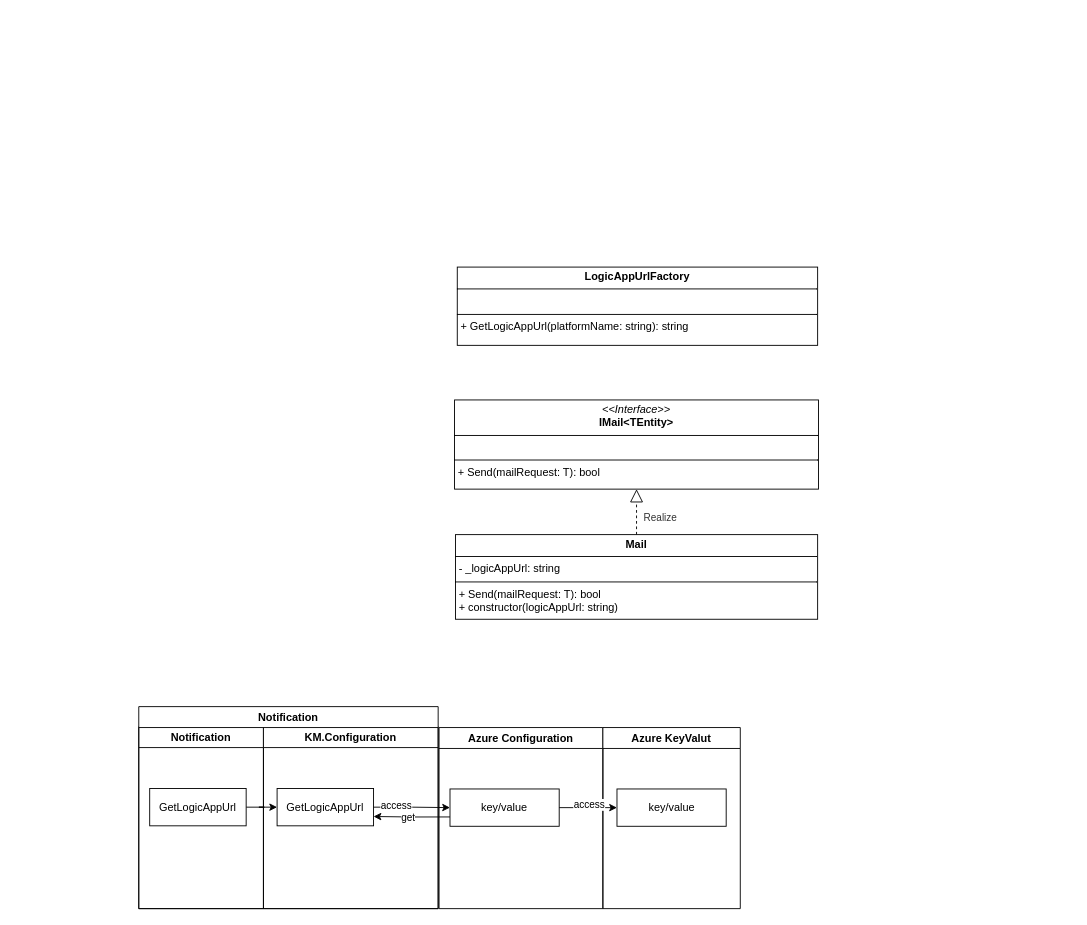
Earlier version of the draw.io diagram page "Page-13" (13 of 14) of 2.drawio (hy986/Repo_0110). Source tidied: cells renumbered, new cells numbered last; positions are measured from the earlier drawing's top-left corner, leaving out a move shared by most shapes. Both pictures are drawn from the tidied source at 91%, with x=0, y=0 at pixel (138, 267).
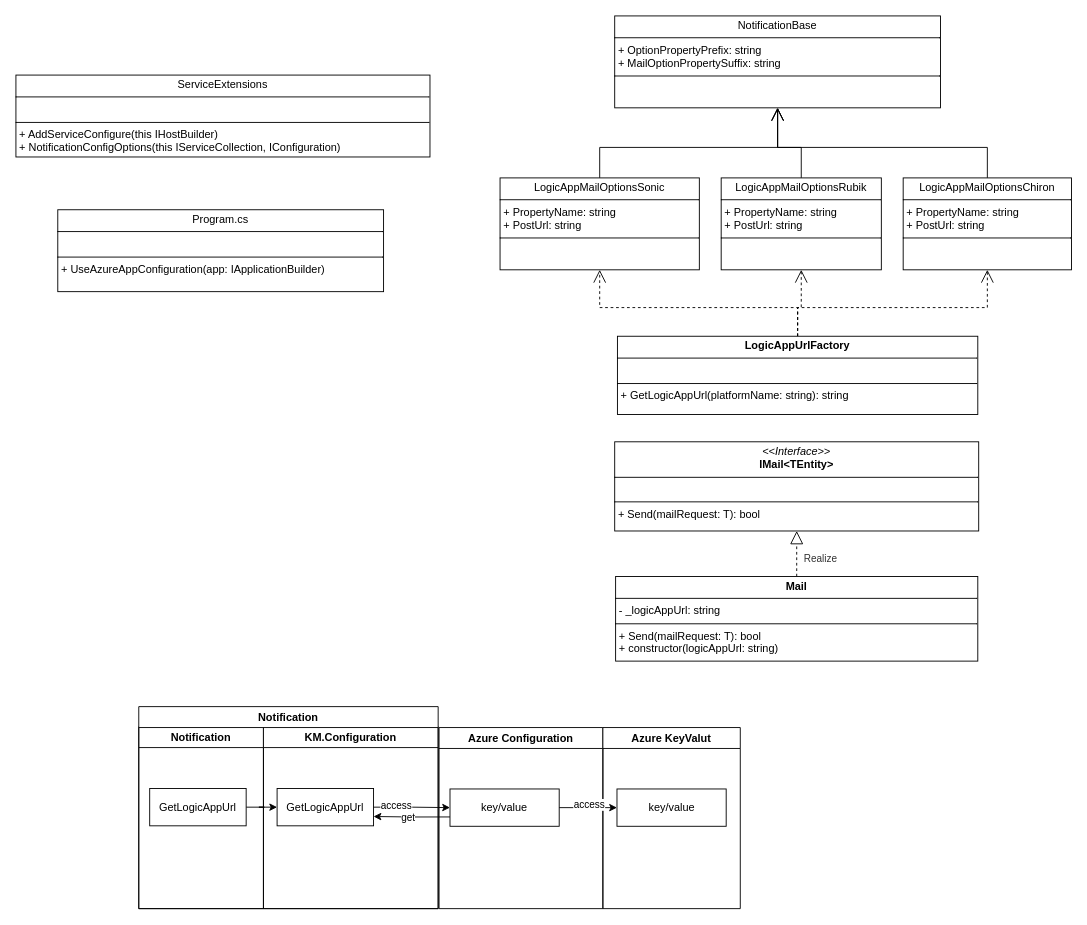
After the change.

What changed in the source:
```diff
@@
     <mxCell id="2" value="&lt;p style=&quot;margin:0px;margin-top:4px;text-align:center;&quot;&gt;&lt;i&gt;&amp;lt;&amp;lt;Interface&amp;gt;&amp;gt;&lt;/i&gt;&lt;br&gt;&lt;b&gt;IMail&amp;lt;TEntity&amp;gt;&lt;/b&gt;&lt;/p&gt;&lt;hr size=&quot;1&quot; style=&quot;border-style:solid;&quot;&gt;&lt;p style=&quot;margin:0px;margin-left:4px;&quot;&gt;&lt;br&gt;&lt;/p&gt;&lt;hr size=&quot;1&quot; style=&quot;border-style:solid;&quot;&gt;&lt;p style=&quot;margin:0px;margin-left:4px;&quot;&gt;+ Send(mailRequest: T): bool &lt;/p&gt;" style="verticalAlign=top;align=left;overflow=fill;html=1;whiteSpace=wrap;" parent="1" vertex="1">
-      <mxGeometry x="347" y="146" width="400" height="98" as="geometry" />
+      <mxGeometry x="523" y="192" width="400" height="98" as="geometry" />
     </mxCell>
@@
     <mxCell id="4" value="&lt;p style=&quot;margin:0px;margin-top:4px;text-align:center;&quot;&gt;&lt;b&gt;Mail&lt;/b&gt;&lt;/p&gt;&lt;hr size=&quot;1&quot; style=&quot;border-style:solid;&quot;&gt;&lt;p style=&quot;margin: 0px 0px 0px 4px;&quot;&gt;- _logicAppUrl: string&amp;nbsp;&lt;/p&gt;&lt;hr size=&quot;1&quot; style=&quot;border-style:solid;&quot;&gt;&lt;p style=&quot;margin: 0px 0px 0px 4px;&quot;&gt;+ Send(mailRequest: T): bool&amp;nbsp;&amp;nbsp;&lt;/p&gt;&lt;p style=&quot;margin: 0px 0px 0px 4px;&quot;&gt;+ constructor(logicAppUrl: &lt;span class=&quot;hljs-built_in&quot;&gt;string&lt;/span&gt;)&lt;/p&gt;" style="verticalAlign=top;align=left;overflow=fill;html=1;whiteSpace=wrap;" parent="1" vertex="1">
-      <mxGeometry x="348" y="294" width="398" height="93" as="geometry" />
+      <mxGeometry x="524" y="340" width="398" height="93" as="geometry" />
     </mxCell>
+    <mxCell id="22" style="edgeStyle=orthogonalEdgeStyle;rounded=0;jettySize=auto;html=1;exitX=0.5;exitY=0;exitDx=0;exitDy=0;entryX=0.5;entryY=1;entryDx=0;entryDy=0;endArrow=open;endFill=0;endSize=12;dashed=1;" parent="1" edge="1" source="5" target="29">
+      <mxGeometry relative="1" as="geometry" />
+    </mxCell>
+    <mxCell id="23" style="edgeStyle=orthogonalEdgeStyle;rounded=0;jettySize=auto;html=1;exitX=0.5;exitY=0;exitDx=0;exitDy=0;endArrow=open;endFill=0;endSize=12;dashed=1;" parent="1" edge="1" source="5" target="31">
+      <mxGeometry relative="1" as="geometry" />
+    </mxCell>
+    <mxCell id="24" style="edgeStyle=orthogonalEdgeStyle;rounded=0;jettySize=auto;html=1;exitX=0.5;exitY=0;exitDx=0;exitDy=0;entryX=0.5;entryY=1;entryDx=0;entryDy=0;endArrow=open;endFill=0;endSize=12;dashed=1;" parent="1" edge="1" source="5" target="33">
+      <mxGeometry relative="1" as="geometry" />
+    </mxCell>
     <mxCell id="5" value="&lt;p style=&quot;margin:0px;margin-top:4px;text-align:center;&quot;&gt;&lt;b&gt;LogicAppUrlFactory&lt;/b&gt;&lt;/p&gt;&lt;hr size=&quot;1&quot; style=&quot;border-style:solid;&quot;&gt;&lt;p style=&quot;margin:0px;margin-left:4px;&quot;&gt;&lt;br&gt;&lt;/p&gt;&lt;hr size=&quot;1&quot; style=&quot;border-style:solid;&quot;&gt;&lt;p style=&quot;margin: 0px 0px 0px 4px;&quot;&gt;+ GetLogicAppUrl(platformName: string): string&lt;/p&gt;" style="verticalAlign=top;align=left;overflow=fill;html=1;whiteSpace=wrap;" parent="1" vertex="1">
-      <mxGeometry x="350" width="396" height="86" as="geometry" />
+      <mxGeometry x="526" y="76" width="396" height="86" as="geometry" />
     </mxCell>
@@
+    <mxCell id="25" value="&lt;p style=&quot;margin:0px;margin-top:4px;text-align:center;&quot;&gt;ServiceExtensions&lt;/p&gt;&lt;hr size=&quot;1&quot; style=&quot;border-style:solid;&quot;&gt;&lt;p style=&quot;margin:0px;margin-left:4px;&quot;&gt;&lt;br&gt;&lt;/p&gt;&lt;hr size=&quot;1&quot; style=&quot;border-style:solid;&quot;&gt;&lt;p style=&quot;margin:0px;margin-left:4px;&quot;&gt;+ AddServiceConfigure(this IHostBuilder)&lt;/p&gt;&lt;p style=&quot;margin:0px;margin-left:4px;&quot;&gt;+&amp;nbsp;&lt;span style=&quot;text-align: center; background-color: initial;&quot;&gt;Notification&lt;/span&gt;&lt;span style=&quot;background-color: initial;&quot;&gt;ConfigOptions(this IServiceCollection, IConfiguration)&amp;nbsp;&lt;/span&gt;&lt;/p&gt;" style="verticalAlign=top;align=left;overflow=fill;html=1;whiteSpace=wrap;" parent="1" vertex="1">
+      <mxGeometry x="-135" y="-211" width="455" height="90" as="geometry" />
+    </mxCell>
+    <mxCell id="26" value="&lt;p style=&quot;margin:0px;margin-top:4px;text-align:center;&quot;&gt;Program.cs&lt;/p&gt;&lt;hr size=&quot;1&quot; style=&quot;border-style:solid;&quot;&gt;&lt;p style=&quot;margin:0px;margin-left:4px;&quot;&gt;&lt;br&gt;&lt;/p&gt;&lt;hr size=&quot;1&quot; style=&quot;border-style:solid;&quot;&gt;&lt;p style=&quot;margin:0px;margin-left:4px;&quot;&gt;+ UseAzureAppConfiguration(app: IApplicationBuilder)&lt;/p&gt;" style="verticalAlign=top;align=left;overflow=fill;html=1;whiteSpace=wrap;" parent="1" vertex="1">
+      <mxGeometry x="-89" y="-63" width="358" height="90" as="geometry" />
+    </mxCell>
+    <mxCell id="27" value="&lt;p style=&quot;margin:0px;margin-top:4px;text-align:center;&quot;&gt;NotificationBase&lt;/p&gt;&lt;hr size=&quot;1&quot; style=&quot;border-style:solid;&quot;&gt;&lt;p style=&quot;margin:0px;margin-left:4px;&quot;&gt;+&amp;nbsp;OptionPropertyPrefix: string&lt;/p&gt;&lt;p style=&quot;margin:0px;margin-left:4px;&quot;&gt;+ MailOptionPropertySuffix: string&lt;/p&gt;&lt;hr size=&quot;1&quot; style=&quot;border-style:solid;&quot;&gt;&lt;p style=&quot;margin:0px;margin-left:4px;&quot;&gt;&lt;br&gt;&lt;/p&gt;" style="verticalAlign=top;align=left;overflow=fill;html=1;whiteSpace=wrap;" parent="1" vertex="1">
+      <mxGeometry x="523" y="-276" width="358" height="101" as="geometry" />
+    </mxCell>
+    <mxCell id="28" style="edgeStyle=orthogonalEdgeStyle;rounded=0;jettySize=auto;html=1;exitX=0.5;exitY=0;exitDx=0;exitDy=0;entryX=0.5;entryY=1;entryDx=0;entryDy=0;endArrow=open;endFill=0;endSize=12;" parent="1" edge="1" source="29" target="27">
+      <mxGeometry relative="1" as="geometry" />
+    </mxCell>
+    <mxCell id="29" value="&lt;p style=&quot;margin:0px;margin-top:4px;text-align:center;&quot;&gt;LogicAppMailOptionsSonic&lt;/p&gt;&lt;hr size=&quot;1&quot; style=&quot;border-style:solid;&quot;&gt;&lt;p style=&quot;margin:0px;margin-left:4px;&quot;&gt;+&amp;nbsp;PropertyName: string&lt;br&gt;+&amp;nbsp;PostUrl: string&lt;/p&gt;&lt;hr size=&quot;1&quot; style=&quot;border-style:solid;&quot;&gt;&lt;p style=&quot;margin:0px;margin-left:4px;&quot;&gt;&lt;br&gt;&lt;/p&gt;" style="verticalAlign=top;align=left;overflow=fill;html=1;whiteSpace=wrap;" parent="1" vertex="1">
+      <mxGeometry x="397" y="-98" width="219" height="101" as="geometry" />
+    </mxCell>
+    <mxCell id="30" style="edgeStyle=orthogonalEdgeStyle;rounded=0;jettySize=auto;html=1;exitX=0.5;exitY=0;exitDx=0;exitDy=0;entryX=0.5;entryY=1;entryDx=0;entryDy=0;endArrow=open;endFill=0;endSize=12;" parent="1" edge="1" source="31" target="27">
+      <mxGeometry relative="1" as="geometry" />
+    </mxCell>
+    <mxCell id="31" value="&lt;p style=&quot;margin:0px;margin-top:4px;text-align:center;&quot;&gt;LogicAppMailOptionsRubik&lt;/p&gt;&lt;hr size=&quot;1&quot; style=&quot;border-style:solid;&quot;&gt;&lt;p style=&quot;margin:0px;margin-left:4px;&quot;&gt;+&amp;nbsp;PropertyName: string&lt;br&gt;+&amp;nbsp;PostUrl: string&lt;/p&gt;&lt;hr size=&quot;1&quot; style=&quot;border-style:solid;&quot;&gt;&lt;p style=&quot;margin:0px;margin-left:4px;&quot;&gt;&lt;br&gt;&lt;/p&gt;" style="verticalAlign=top;align=left;overflow=fill;html=1;whiteSpace=wrap;" parent="1" vertex="1">
+      <mxGeometry x="640" y="-98" width="176" height="101" as="geometry" />
+    </mxCell>
+    <mxCell id="32" style="edgeStyle=orthogonalEdgeStyle;rounded=0;jettySize=auto;html=1;exitX=0.5;exitY=0;exitDx=0;exitDy=0;entryX=0.5;entryY=1;entryDx=0;entryDy=0;endArrow=open;endFill=0;endSize=12;" parent="1" edge="1" source="33" target="27">
+      <mxGeometry relative="1" as="geometry" />
+    </mxCell>
+    <mxCell id="33" value="&lt;p style=&quot;margin:0px;margin-top:4px;text-align:center;&quot;&gt;LogicAppMailOptionsChiron&lt;/p&gt;&lt;hr size=&quot;1&quot; style=&quot;border-style:solid;&quot;&gt;&lt;p style=&quot;margin:0px;margin-left:4px;&quot;&gt;+&amp;nbsp;PropertyName: string&lt;br&gt;+&amp;nbsp;PostUrl: string&lt;/p&gt;&lt;hr size=&quot;1&quot; style=&quot;border-style:solid;&quot;&gt;&lt;p style=&quot;margin:0px;margin-left:4px;&quot;&gt;&lt;br&gt;&lt;/p&gt;" style="verticalAlign=top;align=left;overflow=fill;html=1;whiteSpace=wrap;" parent="1" vertex="1">
+      <mxGeometry x="840" y="-98" width="185" height="101" as="geometry" />
+    </mxCell>
```
